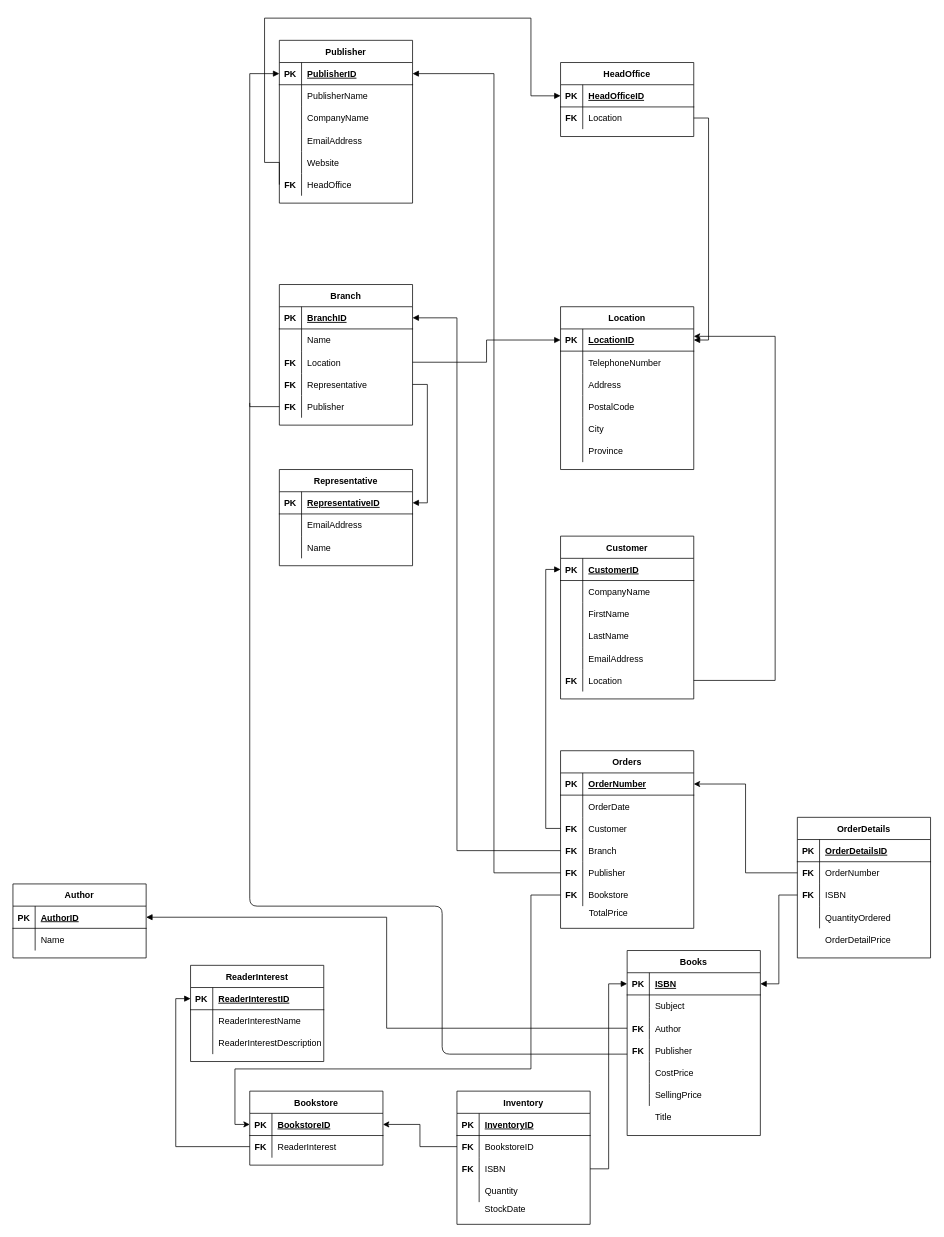
gordonpn/comp353-warmup-project keeps this draw.io diagram as relational-schema.drawio. Above is the earlier version. Source tidied: cells renumbered, new cells numbered last; positions are measured from the earlier drawing's top-left corner, leaving out a move shared by most shapes. Both pictures are drawn from the tidied source at 74%, with x=0, y=0 at pixel (13, 18).
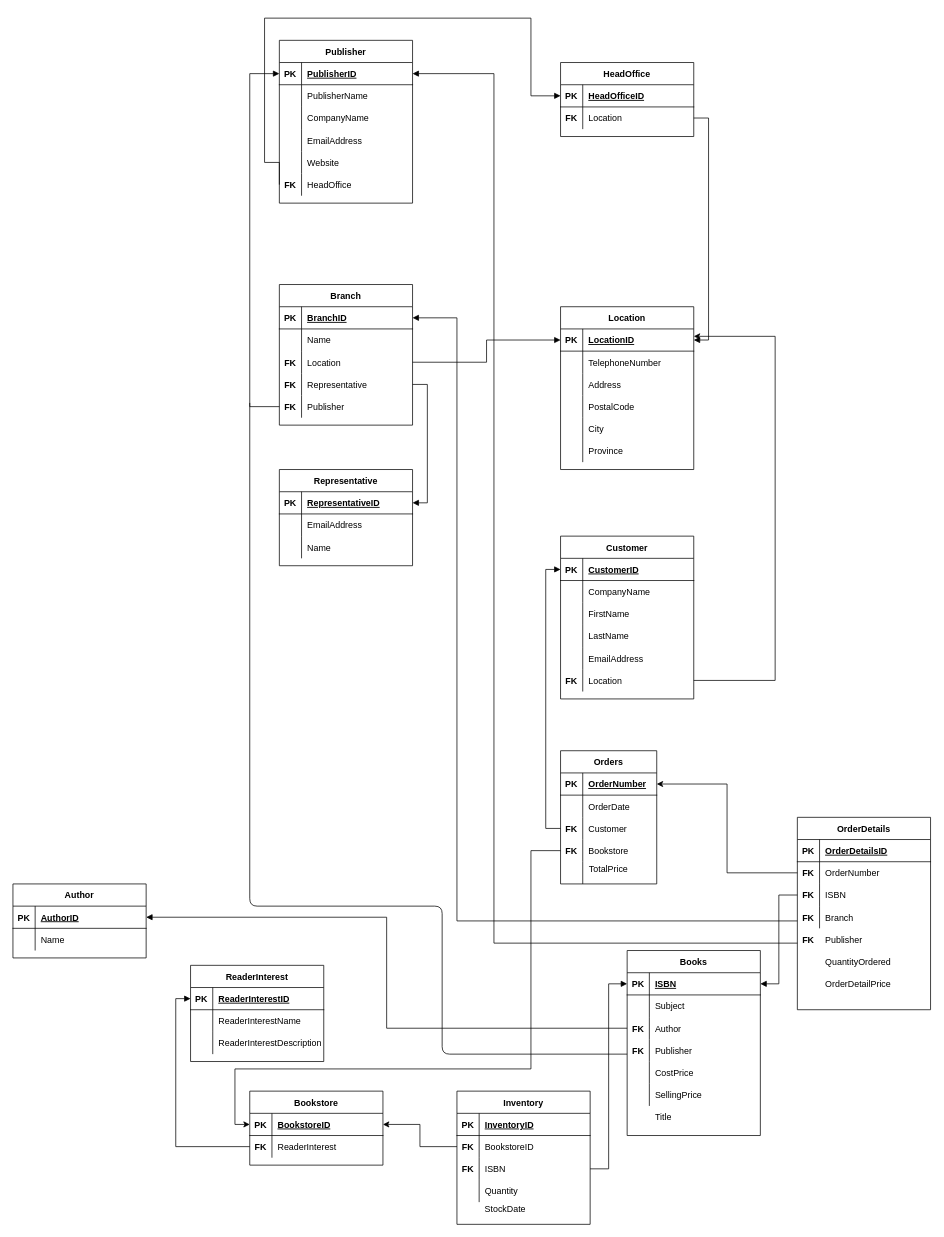
The same diagram, later.

Commit message (it also covers changes not shown here):
Added new Publisher FK, Branch FK to OrderDetails table

The change refers to these unchanged cells:
```xml
<mxCell id="3" style="shape=partialRectangle;fillColor=none;top=0;left=0;bottom=1;right=0;points=[[0,0.5],[1,0.5]];portConstraint=eastwest;" parent="2" vertex="1">
  <mxGeometry y="30" width="180" height="30" as="geometry" />
</mxCell>
<mxCell id="22" style="shape=partialRectangle;fillColor=none;top=0;left=0;bottom=1;right=0;points=[[0,0.5],[1,0.5]];portConstraint=eastwest;" parent="21" vertex="1">
  <mxGeometry y="30" width="180" height="30" as="geometry" />
</mxCell>
<mxCell id="102" style="shape=partialRectangle;fillColor=none;top=0;left=0;bottom=0;right=0;" parent="92" vertex="1">
  <mxGeometry y="120" width="180" height="30" as="geometry" />
</mxCell>
<mxCell id="117" style="shape=partialRectangle;fillColor=none;top=0;left=0;bottom=1;right=0;points=[[0,0.5],[1,0.5]];portConstraint=eastwest;" parent="116" vertex="1">
  <mxGeometry y="30" width="180" height="30" as="geometry" />
</mxCell>
```

Change to the diagram source:
```diff
@@
     <mxCell id="92" value="OrderDetails" style="shape=table;startSize=30;childLayout=tableLayout;rowLines=0;fontStyle=1;align=center;" parent="1" vertex="1">
-      <mxGeometry x="1060" y="1080" width="180" height="190" as="geometry" />
+      <mxGeometry x="1060" y="1080" width="180" height="260" as="geometry" />
     </mxCell>
@@
-    <mxCell id="104" value="QuantityOrdered" style="shape=partialRectangle;fillColor=none;top=0;left=0;bottom=0;right=0;align=left;spacingLeft=6;overflow=hidden;" parent="102" vertex="1">
+    <mxCell id="104" value="Branch" style="shape=partialRectangle;fillColor=none;top=0;left=0;bottom=0;right=0;align=left;spacingLeft=6;overflow=hidden;" parent="102" vertex="1">
       <mxGeometry x="30" width="150" height="30" as="geometry" />
     </mxCell>
@@
-    <mxCell id="114" style="edgeStyle=orthogonalEdgeStyle;rounded=0;jettySize=auto;html=1;exitX=0;exitY=0.5;exitDx=0;exitDy=0;endArrow=block;endFill=1;" parent="1" edge="1" source="191" target="22">
+    <mxCell id="114" style="edgeStyle=orthogonalEdgeStyle;rounded=0;jettySize=auto;html=1;endArrow=block;endFill=1;" parent="1" edge="1" target="22">
       <mxGeometry relative="1" as="geometry">
+        <mxPoint x="1060" y="1220" as="sourcePoint" />
         <Array as="points">
+          <mxPoint x="600" y="1220" />
           <mxPoint x="600" y="405" />
         </Array>
       </mxGeometry>
     </mxCell>
-    <mxCell id="115" style="edgeStyle=orthogonalEdgeStyle;rounded=0;jettySize=auto;html=1;endArrow=block;endFill=1;" parent="1" edge="1" source="194" target="3">
+    <mxCell id="115" style="edgeStyle=orthogonalEdgeStyle;rounded=0;jettySize=auto;html=1;endArrow=block;endFill=1;" parent="1" edge="1" target="3">
       <mxGeometry relative="1" as="geometry">
+        <mxPoint x="1060" y="1250" as="sourcePoint" />
         <Array as="points">
+          <mxPoint x="650" y="1250" />
           <mxPoint x="650" y="75" />
         </Array>
       </mxGeometry>
     </mxCell>
@@
-    <mxCell id="180" style="edgeStyle=orthogonalEdgeStyle;rounded=0;jettySize=auto;html=1;exitX=0;exitY=0.5;exitDx=0;exitDy=0;entryX=0;entryY=0.5;entryDx=0;entryDy=0;" parent="1" edge="1" source="197" target="117">
+    <mxCell id="180" style="edgeStyle=orthogonalEdgeStyle;rounded=0;jettySize=auto;html=1;exitX=0;exitY=0.5;exitDx=0;exitDy=0;entryX=0;entryY=0.5;entryDx=0;entryDy=0;" parent="1" edge="1" source="191" target="117">
       <mxGeometry relative="1" as="geometry">
         <Array as="points">
-          <mxPoint x="700" y="1185" />
+          <mxPoint x="700" y="1125" />
           <mxPoint x="700" y="1420" />
           <mxPoint x="300" y="1420" />
           <mxPoint x="300" y="1495" />
         </Array>
       </mxGeometry>
     </mxCell>
     <mxCell id="181" value="Orders" style="shape=table;startSize=30;childLayout=tableLayout;rowLines=0;fontStyle=1;align=center;" parent="1" vertex="1">
-      <mxGeometry x="740" y="990" width="180" height="240" as="geometry" />
+      <mxGeometry x="740" y="990" width="130" height="180" as="geometry" />
     </mxCell>
     <mxCell id="182" style="shape=partialRectangle;fillColor=none;top=0;left=0;bottom=1;right=0;points=[[0,0.5],[1,0.5]];portConstraint=eastwest;" parent="181" vertex="1">
-      <mxGeometry y="30" width="180" height="30" as="geometry" />
+      <mxGeometry y="30" width="130" height="30" as="geometry" />
     </mxCell>
@@
     <mxCell id="184" value="OrderNumber" style="shape=partialRectangle;fillColor=none;top=0;left=0;bottom=0;right=0;align=left;spacingLeft=6;fontStyle=5;overflow=hidden;" parent="182" vertex="1">
-      <mxGeometry x="30" width="150" height="30" as="geometry" />
+      <mxGeometry x="30" width="100" height="30" as="geometry" />
     </mxCell>
     <mxCell id="185" style="shape=partialRectangle;fillColor=none;top=0;left=0;bottom=0;right=0;" parent="181" vertex="1">
-      <mxGeometry y="60" width="180" height="30" as="geometry" />
+      <mxGeometry y="60" width="130" height="30" as="geometry" />
     </mxCell>
@@
     <mxCell id="187" value="OrderDate" style="shape=partialRectangle;fillColor=none;top=0;left=0;bottom=0;right=0;align=left;spacingLeft=6;overflow=hidden;" parent="185" vertex="1">
-      <mxGeometry x="30" width="150" height="30" as="geometry" />
+      <mxGeometry x="30" width="100" height="30" as="geometry" />
     </mxCell>
     <mxCell id="188" style="shape=partialRectangle;fillColor=none;top=0;left=0;bottom=0;right=0;points=[[0,0.5],[1,0.5]];portConstraint=eastwest;" parent="181" vertex="1">
-      <mxGeometry y="90" width="180" height="30" as="geometry" />
+      <mxGeometry y="90" width="130" height="30" as="geometry" />
     </mxCell>
@@
     <mxCell id="190" value="Customer" style="shape=partialRectangle;fillColor=none;top=0;left=0;bottom=0;right=0;align=left;spacingLeft=6;overflow=hidden;" parent="188" vertex="1">
-      <mxGeometry x="30" width="150" height="30" as="geometry" />
+      <mxGeometry x="30" width="100" height="30" as="geometry" />
     </mxCell>
     <mxCell id="191" style="shape=partialRectangle;fillColor=none;top=0;left=0;bottom=0;right=0;points=[[0,0.5],[1,0.5]];portConstraint=eastwest;" parent="181" vertex="1">
-      <mxGeometry y="120" width="180" height="30" as="geometry" />
+      <mxGeometry y="120" width="130" height="30" as="geometry" />
     </mxCell>
@@
-    <mxCell id="193" value="Branch" style="shape=partialRectangle;fillColor=none;top=0;left=0;bottom=0;right=0;align=left;spacingLeft=6;overflow=hidden;" parent="191" vertex="1">
-      <mxGeometry x="30" width="150" height="30" as="geometry" />
+    <mxCell id="193" value="Bookstore" style="shape=partialRectangle;fillColor=none;top=0;left=0;bottom=0;right=0;align=left;spacingLeft=6;overflow=hidden;" parent="191" vertex="1">
+      <mxGeometry x="30" width="100" height="30" as="geometry" />
     </mxCell>
     <mxCell id="194" style="shape=partialRectangle;fillColor=none;top=0;left=0;bottom=0;right=0;points=[[0,0.5],[1,0.5]];portConstraint=eastwest;" parent="181" vertex="1">
-      <mxGeometry y="150" width="180" height="30" as="geometry" />
+      <mxGeometry y="150" width="130" height="30" as="geometry" />
     </mxCell>
-    <mxCell id="195" value="FK" style="shape=partialRectangle;fillColor=none;top=0;left=0;bottom=0;right=0;overflow=hidden;fontStyle=1;" parent="194" vertex="1">
+    <mxCell id="195" style="shape=partialRectangle;fillColor=none;top=0;left=0;bottom=0;right=0;overflow=hidden;fontStyle=1;" parent="194" vertex="1">
       <mxGeometry width="30" height="30" as="geometry" />
     </mxCell>
-    <mxCell id="196" value="Publisher" style="shape=partialRectangle;fillColor=none;top=0;left=0;bottom=0;right=0;align=left;spacingLeft=6;overflow=hidden;" parent="194" vertex="1">
-      <mxGeometry x="30" width="150" height="30" as="geometry" />
+    <mxCell id="196" style="shape=partialRectangle;fillColor=none;top=0;left=0;bottom=0;right=0;align=left;spacingLeft=6;overflow=hidden;" parent="194" vertex="1">
+      <mxGeometry x="30" width="100" height="30" as="geometry" />
     </mxCell>
-    <mxCell id="197" style="shape=partialRectangle;fillColor=none;top=0;left=0;bottom=0;right=0;points=[[0,0.5],[1,0.5]];portConstraint=eastwest;" parent="181" vertex="1">
-      <mxGeometry y="180" width="180" height="30" as="geometry" />
-    </mxCell>
-    <mxCell id="198" value="FK" style="shape=partialRectangle;fillColor=none;top=0;left=0;bottom=0;right=0;overflow=hidden;fontStyle=1;" parent="197" vertex="1">
-      <mxGeometry width="30" height="30" as="geometry" />
-    </mxCell>
-    <mxCell id="199" value="Bookstore" style="shape=partialRectangle;fillColor=none;top=0;left=0;bottom=0;right=0;align=left;spacingLeft=6;overflow=hidden;" parent="197" vertex="1">
-      <mxGeometry x="30" width="150" height="30" as="geometry" />
-    </mxCell>
@@
-    <mxCell id="201" value="OrderDetailPrice" style="shape=partialRectangle;fillColor=none;top=0;left=0;bottom=0;right=0;align=left;spacingLeft=6;overflow=hidden;" parent="1" vertex="1">
+    <mxCell id="201" value="Publisher" style="shape=partialRectangle;fillColor=none;top=0;left=0;bottom=0;right=0;align=left;spacingLeft=6;overflow=hidden;" parent="1" vertex="1">
       <mxGeometry x="1090" y="1230" width="150" height="30" as="geometry" />
     </mxCell>
     <mxCell id="202" value="TotalPrice" style="text;html=1;strokeColor=none;fillColor=none;align=center;verticalAlign=middle;whiteSpace=wrap;rounded=0;" parent="1" vertex="1">
-      <mxGeometry x="785" y="1200" width="40" height="20" as="geometry" />
+      <mxGeometry x="785" y="1140" width="40" height="20" as="geometry" />
     </mxCell>
@@
+    <mxCell id="206" value="FK" style="shape=partialRectangle;fillColor=none;top=0;left=0;bottom=0;right=0;overflow=hidden;fontStyle=1;" parent="1" vertex="1">
+      <mxGeometry x="1060" y="1200" width="30" height="30" as="geometry" />
+    </mxCell>
+    <mxCell id="207" value="FK" style="shape=partialRectangle;fillColor=none;top=0;left=0;bottom=0;right=0;overflow=hidden;fontStyle=1;" parent="1" vertex="1">
+      <mxGeometry x="1060" y="1230" width="30" height="30" as="geometry" />
+    </mxCell>
+    <mxCell id="208" value="QuantityOrdered" style="shape=partialRectangle;fillColor=none;top=0;left=0;bottom=0;right=0;align=left;spacingLeft=6;overflow=hidden;" parent="1" vertex="1">
+      <mxGeometry x="1090" y="1260" width="150" height="30" as="geometry" />
+    </mxCell>
+    <mxCell id="209" value="OrderDetailPrice" style="shape=partialRectangle;fillColor=none;top=0;left=0;bottom=0;right=0;align=left;spacingLeft=6;overflow=hidden;" parent="1" vertex="1">
+      <mxGeometry x="1090" y="1290" width="150" height="30" as="geometry" />
+    </mxCell>
```
